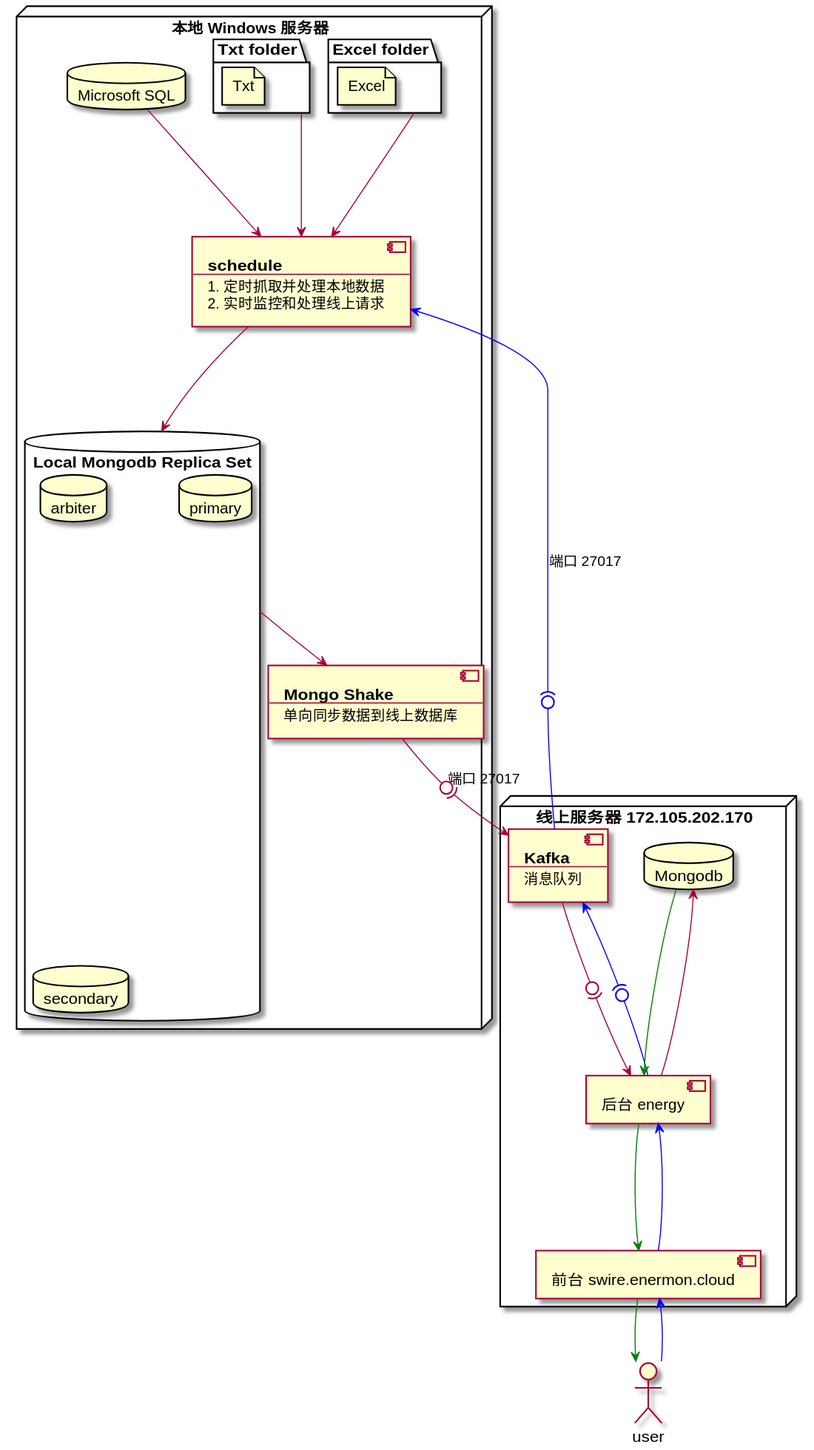
The PlantUML diagram docs/public/end.svg in joehecn/swire-docs, before a commit.
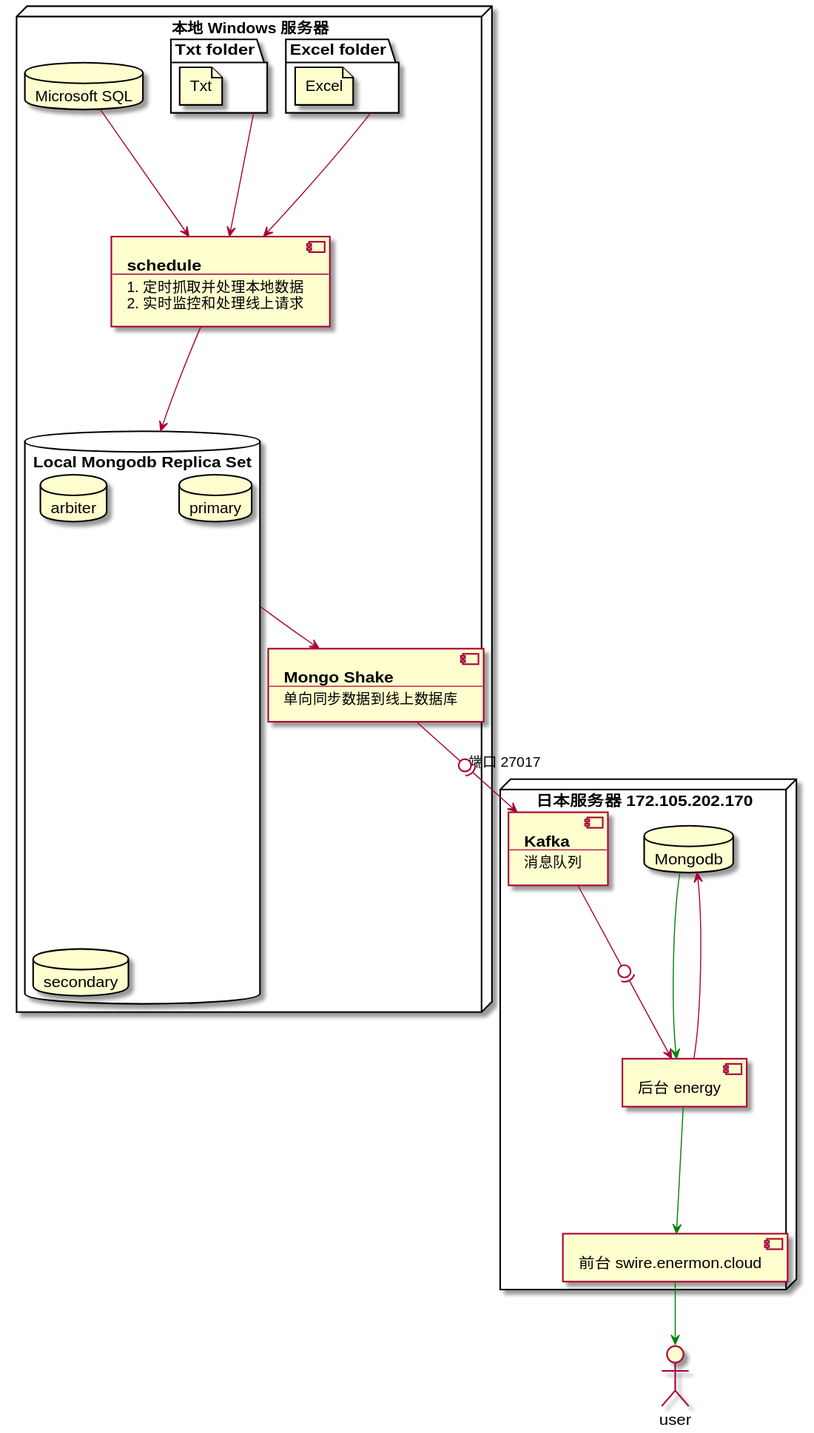
Above is the later version.

Diff of the diagram source:
```diff
@@ -27,7 +27,7 @@
     ]
   }
 
-  node "线上服务器 172.105.202.170" as linux {
+  node "日本服务器 172.105.202.170" as linux {
     component "前台 swire.enermon.cloud" as web
     component "后台 energy" as energy
 
@@ -48,18 +48,14 @@
   localdb --> shake
 
   shake -0)-> kafka : 端口 27017
-  schedule <-[#blue](0- kafka : 端口 27017
 
   kafka -0)-> energy
-  kafka <-[#blue](0- energy
 
   db -[#green]-> energy
   db <-- energy
 
   energy -[#green]-> web
-  energy <-[#blue]- web
 
   web -[#green]-> user
-  web <-[#blue]- user
 
 @enduml
```
